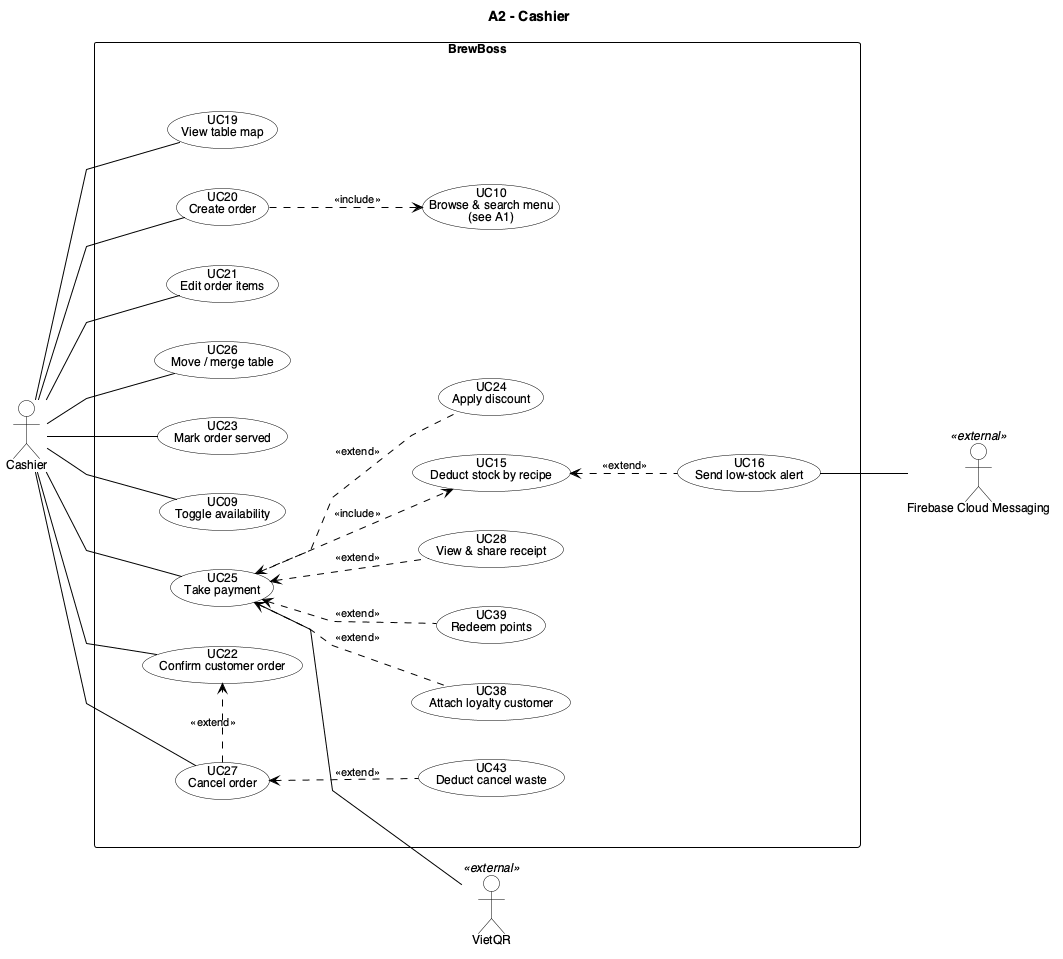
This is docs/diagrams/images/BB_A2_Cashier.png from huytran303/CafeManagementSystem, a PlantUML export, as it was before one commit.
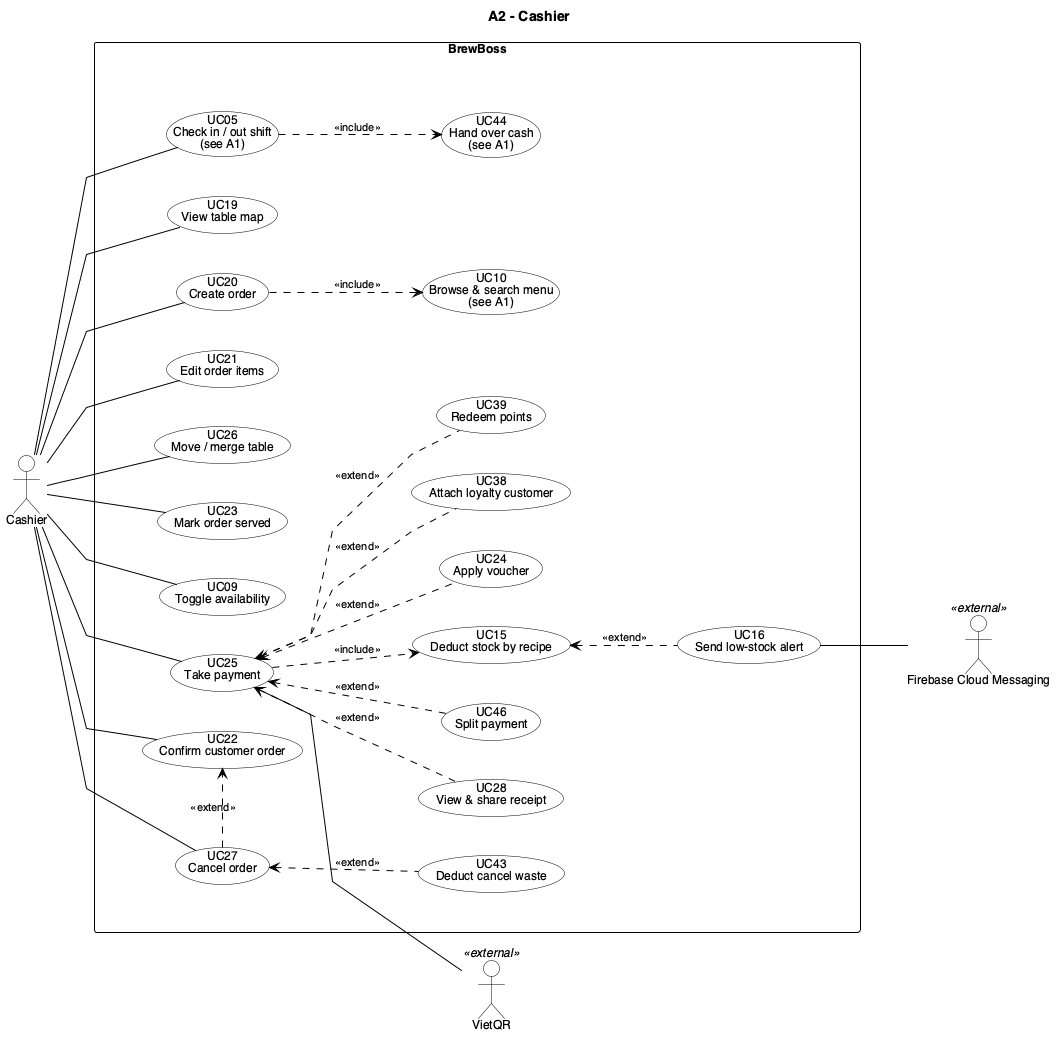
Later version of the same file.

The edit, as a diff of the source:
```diff
@@ -38,6 +38,8 @@
 
 rectangle "BrewBoss" {
   rectangle " " <<inner>> {
+    usecase "UC05\nCheck in / out shift\n(see A1)" as UC05
+    usecase "UC44\nHand over cash\n(see A1)" as UC44
     usecase "UC19\nView table map" as UC19
     usecase "UC20\nCreate order" as UC20
     usecase "UC21\nEdit order items" as UC21
@@ -49,10 +51,11 @@
       usecase "UC27\nCancel order" as UC27
     }
     usecase "UC25\nTake payment" as UC25
-    usecase "UC24\nApply discount" as UC24
+    usecase "UC24\nApply voucher" as UC24
     usecase "UC38\nAttach loyalty customer" as UC38
     usecase "UC39\nRedeem points" as UC39
     usecase "UC28\nView & share receipt" as UC28
+    usecase "UC46\nSplit payment" as UC46
     usecase "UC10\nBrowse & search menu\n(see A1)" as UC10
     usecase "UC15\nDeduct stock by recipe" as UC15
     usecase "UC16\nSend low-stock alert" as UC16
@@ -60,6 +63,7 @@
   }
 }
 
+CAS -- UC05
 CAS -- UC19
 CAS -- UC20
 CAS -- UC21
@@ -77,6 +81,8 @@
 UC25 <.. UC38 : <<extend>>
 UC25 <.. UC39 : <<extend>>
 UC25 <.. UC28 : <<extend>>
+UC25 <.. UC46 : <<extend>>
+UC05 ..> UC44 : <<include>>
 UC25 ..> UC15 : <<include>>
 UC15 <.. UC16 : <<extend>>
 
```
